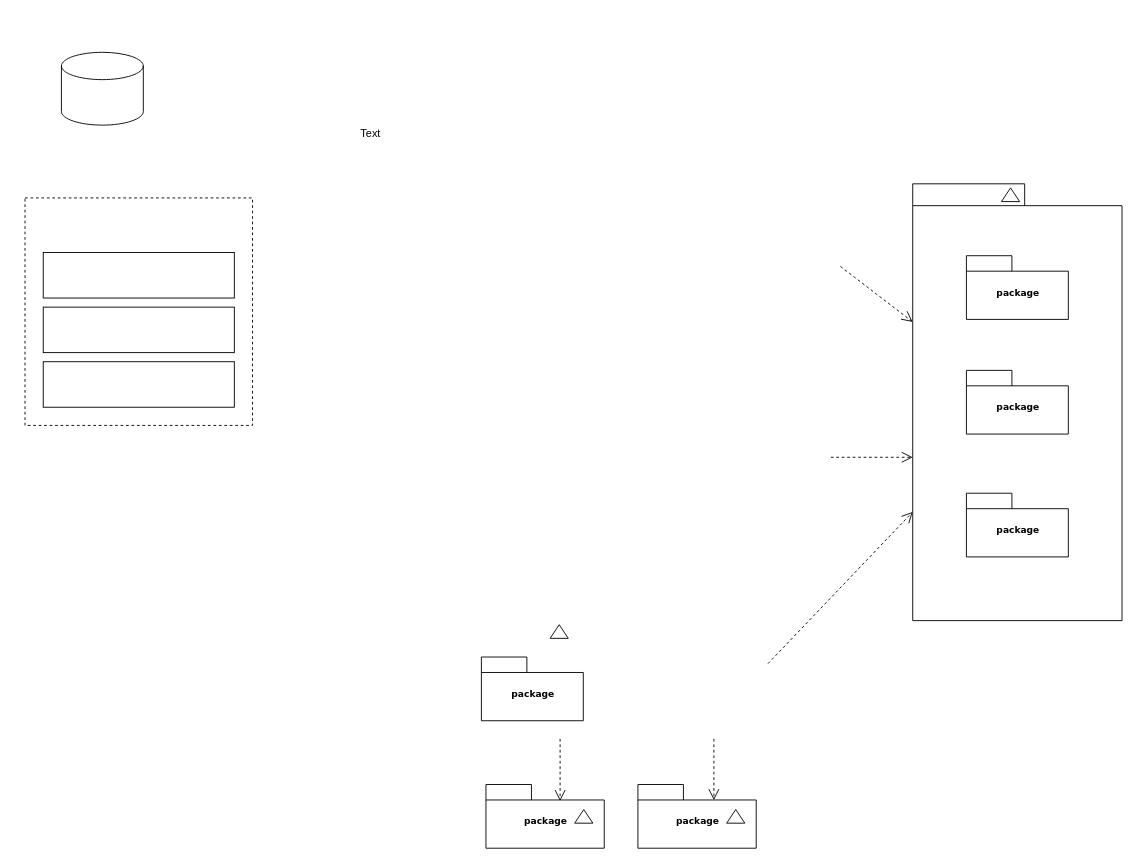
This is static/Untitled Diagram.drawio from afomike/Accidental-Fall, a draw.io file, before an edit. Source tidied: cells renumbered, new cells numbered last; positions are measured from the earlier drawing's top-left corner, leaving out a move shared by most shapes. Both pictures are drawn from the tidied source at 91%, with x=0, y=0 at pixel (25, 52).
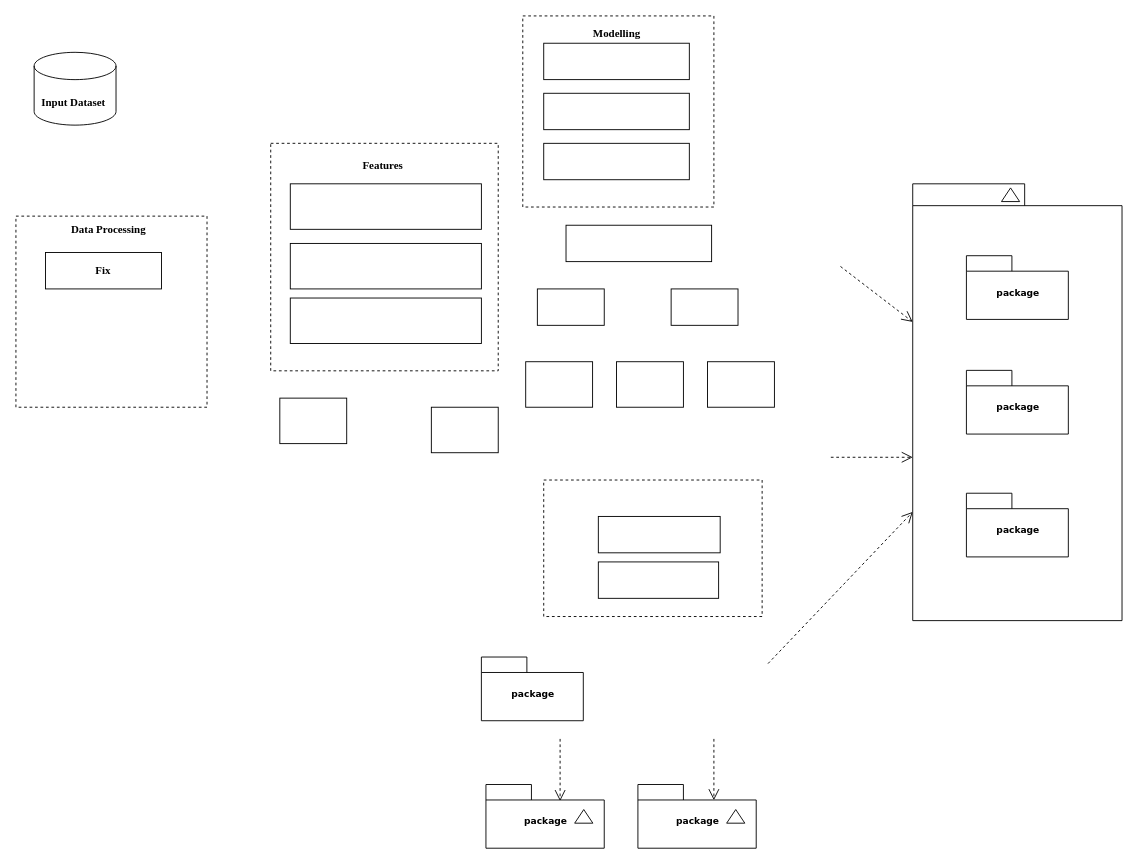
The same diagram, later.

What changed in the source:
```diff
@@
-    <mxCell id="13" style="triangle;whiteSpace=wrap;html=1;rounded=0;shadow=0;comic=0;labelBackgroundColor=none;strokeWidth=1;fontFamily=Verdana;fontSize=10;align=center;rotation=-90;" parent="1" vertex="1">
-      <mxGeometry x="579.5" y="626.5" width="15" height="20" as="geometry" />
-    </mxCell>
@@
     <mxCell id="22" style="shape=cylinder3;whiteSpace=wrap;html=1;boundedLbl=1;backgroundOutline=1;size=15;" parent="1" vertex="1">
-      <mxGeometry x="40" width="90" height="80" as="geometry" />
+      <mxGeometry x="10" width="90" height="80" as="geometry" />
     </mxCell>
     <mxCell id="23" style="whiteSpace=wrap;html=1;dashed=1;" parent="1" vertex="1">
-      <mxGeometry y="160" width="250" height="250" as="geometry" />
+      <mxGeometry x="-10" y="180" width="210" height="210" as="geometry" />
     </mxCell>
-    <mxCell id="24" style="rounded=0;whiteSpace=wrap;html=1;" parent="1" vertex="1">
-      <mxGeometry x="20" y="220" width="210" height="50" as="geometry" />
-    </mxCell>
-    <mxCell id="25" value="Text" style="text;html=1;align=center;verticalAlign=middle;whiteSpace=wrap;rounded=0;" parent="1" vertex="1">
-      <mxGeometry x="325" y="75" width="110" height="30" as="geometry" />
+    <mxCell id="25" value="&lt;font face=&quot;Times New Roman&quot;&gt;&lt;b&gt;Input Dataset&amp;nbsp;&lt;/b&gt;&lt;/font&gt;" style="text;html=1;align=center;verticalAlign=middle;whiteSpace=wrap;rounded=0;" parent="1" vertex="1">
+      <mxGeometry y="40" width="110" height="30" as="geometry" />
     </mxCell>
-    <mxCell id="26" style="rounded=0;whiteSpace=wrap;html=1;" parent="1" vertex="1">
-      <mxGeometry x="20" y="340" width="210" height="50" as="geometry" />
-    </mxCell>
     <mxCell id="27" style="rounded=0;whiteSpace=wrap;html=1;" parent="1" vertex="1">
-      <mxGeometry x="20" y="280" width="210" height="50" as="geometry" />
+      <mxGeometry x="22.5" y="220" width="127.5" height="40" as="geometry" />
     </mxCell>
+    <mxCell id="28" style="whiteSpace=wrap;html=1;dashed=1;" parent="1" vertex="1">
+      <mxGeometry x="270" y="100" width="250" height="250" as="geometry" />
+    </mxCell>
+    <mxCell id="29" style="rounded=0;whiteSpace=wrap;html=1;" parent="1" vertex="1">
+      <mxGeometry x="291.5" y="144.5" width="210" height="50" as="geometry" />
+    </mxCell>
+    <mxCell id="30" style="rounded=0;whiteSpace=wrap;html=1;" parent="1" vertex="1">
+      <mxGeometry x="291.5" y="210" width="210" height="50" as="geometry" />
+    </mxCell>
+    <mxCell id="31" style="rounded=0;whiteSpace=wrap;html=1;" parent="1" vertex="1">
+      <mxGeometry x="291.5" y="270" width="210" height="50" as="geometry" />
+    </mxCell>
+    <mxCell id="32" style="whiteSpace=wrap;html=1;dashed=1;" parent="1" vertex="1">
+      <mxGeometry x="547" y="-40" width="210" height="210" as="geometry" />
+    </mxCell>
+    <mxCell id="33" style="rounded=0;whiteSpace=wrap;html=1;" parent="1" vertex="1">
+      <mxGeometry x="570" y="-10" width="160" height="40" as="geometry" />
+    </mxCell>
+    <mxCell id="34" style="rounded=0;whiteSpace=wrap;html=1;" parent="1" vertex="1">
+      <mxGeometry x="570" y="100" width="160" height="40" as="geometry" />
+    </mxCell>
+    <mxCell id="35" style="rounded=0;whiteSpace=wrap;html=1;" parent="1" vertex="1">
+      <mxGeometry x="570" y="45" width="160" height="40" as="geometry" />
+    </mxCell>
+    <mxCell id="36" style="rounded=0;whiteSpace=wrap;html=1;" parent="1" vertex="1">
+      <mxGeometry x="594.5" y="190" width="160" height="40" as="geometry" />
+    </mxCell>
+    <mxCell id="37" style="rounded=0;whiteSpace=wrap;html=1;" parent="1" vertex="1">
+      <mxGeometry x="710" y="260" width="73.5" height="40" as="geometry" />
+    </mxCell>
+    <mxCell id="38" style="rounded=0;whiteSpace=wrap;html=1;" parent="1" vertex="1">
+      <mxGeometry x="563" y="260" width="73.5" height="40" as="geometry" />
+    </mxCell>
+    <mxCell id="39" style="rounded=0;whiteSpace=wrap;html=1;" parent="1" vertex="1">
+      <mxGeometry x="650" y="340" width="73.5" height="50" as="geometry" />
+    </mxCell>
+    <mxCell id="40" style="rounded=0;whiteSpace=wrap;html=1;" parent="1" vertex="1">
+      <mxGeometry x="280" y="380" width="73.5" height="50" as="geometry" />
+    </mxCell>
+    <mxCell id="41" style="rounded=0;whiteSpace=wrap;html=1;" parent="1" vertex="1">
+      <mxGeometry x="550.2" y="340" width="73.5" height="50" as="geometry" />
+    </mxCell>
+    <mxCell id="42" style="rounded=0;whiteSpace=wrap;html=1;" parent="1" vertex="1">
+      <mxGeometry x="446.5" y="390" width="73.5" height="50" as="geometry" />
+    </mxCell>
+    <mxCell id="43" style="rounded=0;whiteSpace=wrap;html=1;" parent="1" vertex="1">
+      <mxGeometry x="750" y="340" width="73.5" height="50" as="geometry" />
+    </mxCell>
+    <mxCell id="44" style="rounded=0;whiteSpace=wrap;html=1;dashed=1;" parent="1" vertex="1">
+      <mxGeometry x="570" y="470" width="240" height="150" as="geometry" />
+    </mxCell>
+    <mxCell id="45" style="rounded=0;whiteSpace=wrap;html=1;" parent="1" vertex="1">
+      <mxGeometry x="630" y="510" width="133.9" height="40" as="geometry" />
+    </mxCell>
+    <mxCell id="46" style="rounded=0;whiteSpace=wrap;html=1;" parent="1" vertex="1">
+      <mxGeometry x="630" y="560" width="132.2" height="40" as="geometry" />
+    </mxCell>
+    <mxCell id="47" value="&lt;font face=&quot;Times New Roman&quot;&gt;&lt;b&gt;Data Processing&amp;nbsp;&amp;nbsp;&lt;/b&gt;&lt;/font&gt;" style="text;html=1;align=center;verticalAlign=middle;whiteSpace=wrap;rounded=0;" parent="1" vertex="1">
+      <mxGeometry x="40" y="180" width="110" height="30" as="geometry" />
+    </mxCell>
+    <mxCell id="48" value="&lt;font face=&quot;Times New Roman&quot;&gt;&lt;b&gt;Features&amp;nbsp;&lt;/b&gt;&lt;/font&gt;" style="text;html=1;align=center;verticalAlign=middle;whiteSpace=wrap;rounded=0;" parent="1" vertex="1">
+      <mxGeometry x="340" y="110" width="110" height="30" as="geometry" />
+    </mxCell>
+    <mxCell id="49" value="&lt;font face=&quot;Times New Roman&quot;&gt;&lt;b&gt;Modelling&amp;nbsp;&lt;/b&gt;&lt;/font&gt;" style="text;html=1;align=center;verticalAlign=middle;whiteSpace=wrap;rounded=0;" parent="1" vertex="1">
+      <mxGeometry x="597" y="-30" width="110" height="20" as="geometry" />
+    </mxCell>
+    <mxCell id="50" value="&lt;font face=&quot;Times New Roman&quot;&gt;&lt;b&gt;Fix&lt;/b&gt;&lt;/font&gt;" style="text;html=1;align=center;verticalAlign=middle;whiteSpace=wrap;rounded=0;" parent="1" vertex="1">
+      <mxGeometry x="31.2" y="225" width="110" height="30" as="geometry" />
+    </mxCell>
```
